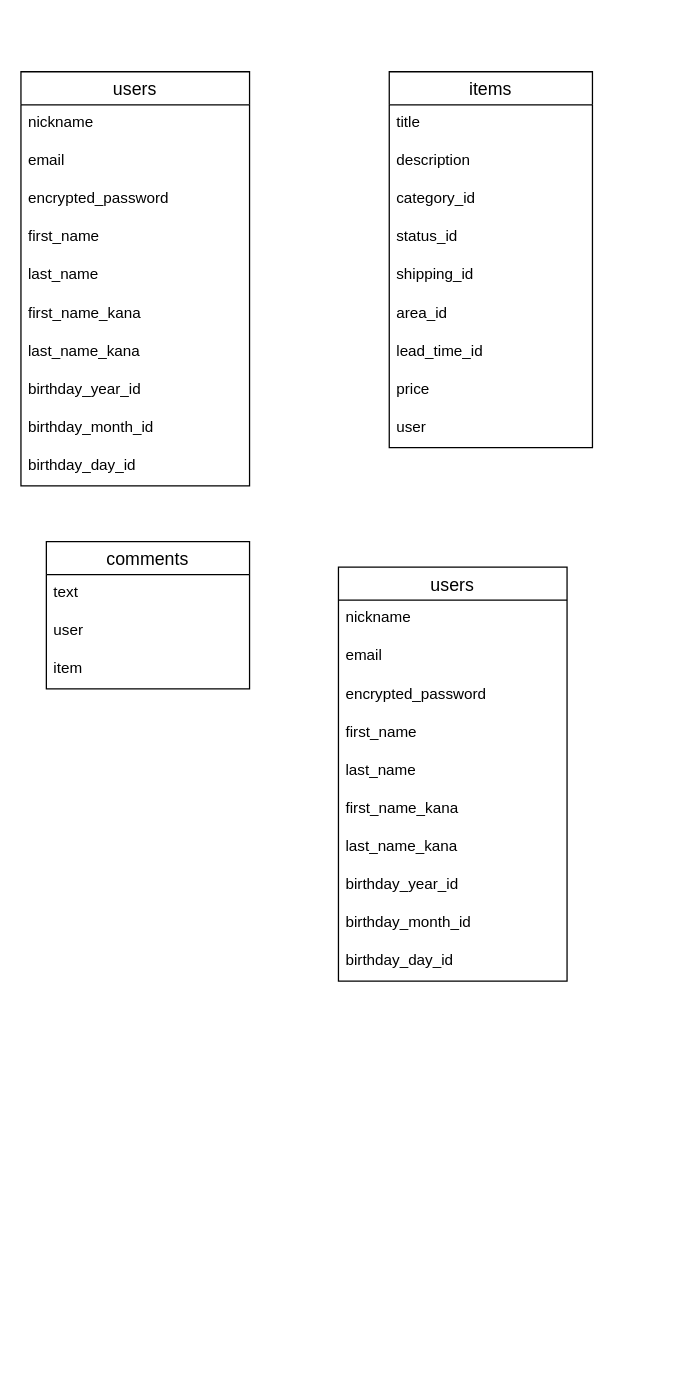
The draw.io diagram furima_ER.dio in KUniyukiOoyama/furima-34314, before the edit. Source tidied: cells renumbered, new cells numbered last; positions are measured from the earlier drawing's top-left corner, leaving out a move shared by most shapes. Both pictures are drawn from the tidied source at 127%, with x=0, y=0 at pixel (20, 71).
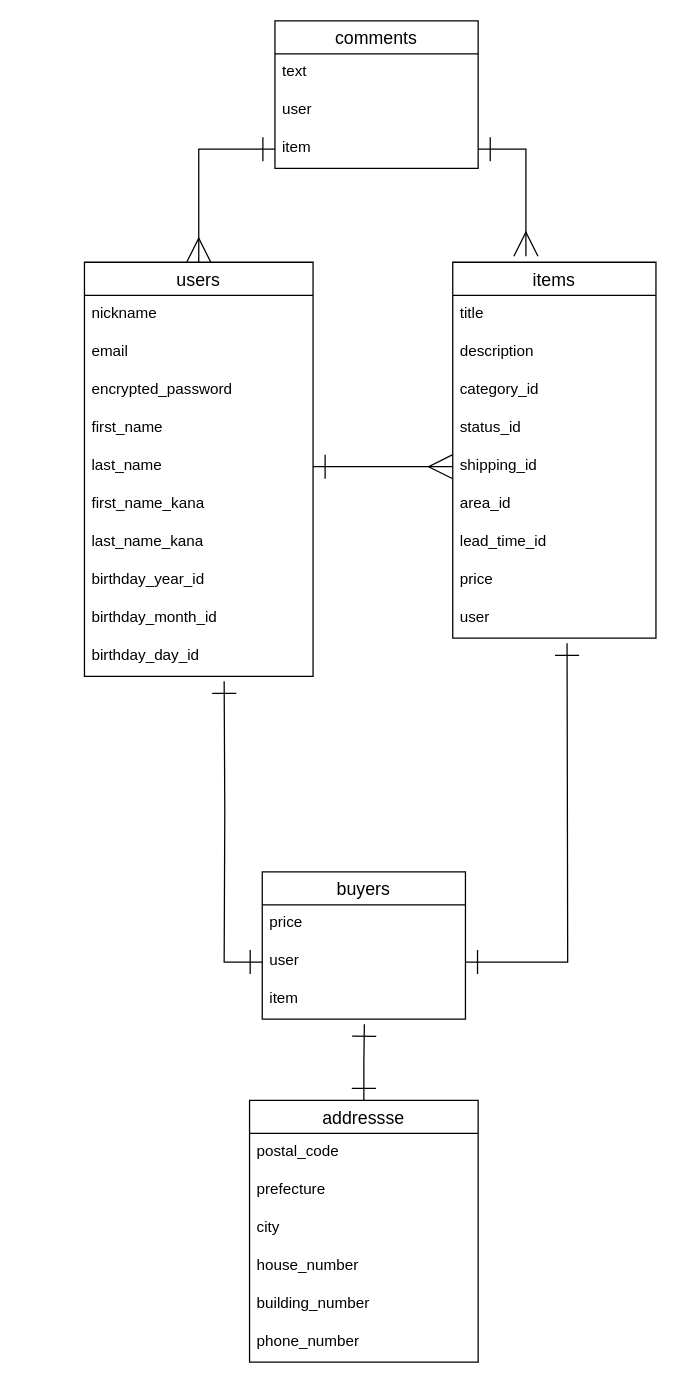
After the change.

Commit message (it also covers changes not shown here):
データベースの設計とER図修正(2回目)

Unchanged cells that the change refers to:
```xml
<mxCell id="7" value="last_name" style="text;strokeColor=none;fillColor=none;spacingLeft=4;spacingRight=4;overflow=hidden;points=[[0,0.5],[1,0.5]];portConstraint=eastwest;fontSize=12;" parent="2" vertex="1">
  <mxGeometry y="146" width="180" height="30" as="geometry" />
</mxCell>
<mxCell id="18" value="shipping_id" style="text;strokeColor=none;fillColor=none;spacingLeft=4;spacingRight=4;overflow=hidden;points=[[0,0.5],[1,0.5]];portConstraint=eastwest;fontSize=12;" parent="13" vertex="1">
  <mxGeometry y="146" width="160" height="30" as="geometry" />
</mxCell>
<mxCell id="25" value="user" style="text;strokeColor=none;fillColor=none;spacingLeft=4;spacingRight=4;overflow=hidden;points=[[0,0.5],[1,0.5]];portConstraint=eastwest;fontSize=12;" parent="23" vertex="1">
  <mxGeometry y="56" width="160" height="30" as="geometry" />
</mxCell>
```

Diff of the diagram source:
```diff
@@
     <mxCell id="2" value="users" style="swimlane;fontStyle=0;horizontal=1;startSize=26;align=center;fontSize=14;" parent="1" vertex="1">
-      <mxGeometry width="180" height="326" as="geometry" />
+      <mxGeometry x="50" y="150" width="180" height="326" as="geometry" />
     </mxCell>
@@
     <mxCell id="13" value="items" style="swimlane;fontStyle=0;horizontal=1;startSize=26;align=center;fontSize=14;" parent="1" vertex="1">
-      <mxGeometry x="290" width="160" height="296" as="geometry" />
+      <mxGeometry x="340" y="150" width="160" height="296" as="geometry" />
     </mxCell>
@@
-    <mxCell id="23" value="comments" style="swimlane;fontStyle=0;horizontal=1;startSize=26;align=center;fontSize=14;" parent="1" vertex="1">
-      <mxGeometry x="20" y="370" width="160" height="116" as="geometry" />
+    <mxCell id="23" value="buyers" style="swimlane;fontStyle=0;horizontal=1;startSize=26;align=center;fontSize=14;" parent="1" vertex="1">
+      <mxGeometry x="190" y="630" width="160" height="116" as="geometry" />
     </mxCell>
-    <mxCell id="24" value="text" style="text;strokeColor=none;fillColor=none;spacingLeft=4;spacingRight=4;overflow=hidden;fontSize=12;" parent="23" vertex="1">
+    <mxCell id="24" value="price" style="text;strokeColor=none;fillColor=none;spacingLeft=4;spacingRight=4;overflow=hidden;fontSize=12;" parent="23" vertex="1">
       <mxGeometry y="26" width="160" height="30" as="geometry" />
     </mxCell>
@@
+    <mxCell id="38" style="edgeStyle=orthogonalEdgeStyle;rounded=0;jettySize=auto;html=1;exitX=0.5;exitY=0;exitDx=0;exitDy=0;startArrow=ERone;startFill=0;startSize=17;endArrow=ERone;endFill=0;endSize=17;strokeWidth=1;" parent="1" edge="1" source="27">
+      <mxGeometry relative="1" as="geometry">
+        <mxPoint x="270.4" y="750" as="targetPoint" />
+      </mxGeometry>
+    </mxCell>
-    <mxCell id="27" value="users" style="swimlane;fontStyle=0;horizontal=1;startSize=26;align=center;fontSize=14;" parent="1" vertex="1">
-      <mxGeometry x="250" y="390" width="180" height="326" as="geometry" />
+    <mxCell id="27" value="addressse" style="swimlane;fontStyle=0;horizontal=1;startSize=26;align=center;fontSize=14;" parent="1" vertex="1">
+      <mxGeometry x="180" y="810" width="180" height="206" as="geometry" />
     </mxCell>
-    <mxCell id="28" value="nickname" style="text;strokeColor=none;fillColor=none;spacingLeft=4;spacingRight=4;overflow=hidden;fontSize=12;" parent="27" vertex="1">
+    <mxCell id="28" value="postal_code" style="text;strokeColor=none;fillColor=none;spacingLeft=4;spacingRight=4;overflow=hidden;fontSize=12;" parent="27" vertex="1">
       <mxGeometry y="26" width="180" height="30" as="geometry" />
     </mxCell>
-    <mxCell id="29" value="email" style="text;strokeColor=none;fillColor=none;spacingLeft=4;spacingRight=4;overflow=hidden;fontSize=12;" parent="27" vertex="1">
+    <mxCell id="29" value="prefecture" style="text;strokeColor=none;fillColor=none;spacingLeft=4;spacingRight=4;overflow=hidden;fontSize=12;" parent="27" vertex="1">
       <mxGeometry y="56" width="180" height="30" as="geometry" />
     </mxCell>
-    <mxCell id="30" value="encrypted_password&#10;" style="text;strokeColor=none;fillColor=none;spacingLeft=4;spacingRight=4;overflow=hidden;fontSize=12;" parent="27" vertex="1">
+    <mxCell id="30" value="city" style="text;strokeColor=none;fillColor=none;spacingLeft=4;spacingRight=4;overflow=hidden;fontSize=12;" parent="27" vertex="1">
       <mxGeometry y="86" width="180" height="30" as="geometry" />
     </mxCell>
-    <mxCell id="31" value="first_name" style="text;strokeColor=none;fillColor=none;spacingLeft=4;spacingRight=4;overflow=hidden;fontSize=12;" parent="27" vertex="1">
+    <mxCell id="31" value="house_number" style="text;strokeColor=none;fillColor=none;spacingLeft=4;spacingRight=4;overflow=hidden;fontSize=12;" parent="27" vertex="1">
       <mxGeometry y="116" width="180" height="30" as="geometry" />
     </mxCell>
-    <mxCell id="32" value="last_name" style="text;strokeColor=none;fillColor=none;spacingLeft=4;spacingRight=4;overflow=hidden;fontSize=12;" parent="27" vertex="1">
+    <mxCell id="32" value="building_number" style="text;strokeColor=none;fillColor=none;spacingLeft=4;spacingRight=4;overflow=hidden;fontSize=12;" parent="27" vertex="1">
       <mxGeometry y="146" width="180" height="30" as="geometry" />
     </mxCell>
-    <mxCell id="33" value="first_name_kana" style="text;strokeColor=none;fillColor=none;spacingLeft=4;spacingRight=4;overflow=hidden;fontSize=12;" parent="27" vertex="1">
+    <mxCell id="33" value="phone_number" style="text;strokeColor=none;fillColor=none;spacingLeft=4;spacingRight=4;overflow=hidden;fontSize=12;" parent="27" vertex="1">
       <mxGeometry y="176" width="180" height="30" as="geometry" />
     </mxCell>
-    <mxCell id="34" value="last_name_kana" style="text;strokeColor=none;fillColor=none;spacingLeft=4;spacingRight=4;overflow=hidden;fontSize=12;" parent="27" vertex="1">
-      <mxGeometry y="206" width="180" height="30" as="geometry" />
-    </mxCell>
-    <mxCell id="35" value="birthday_year_id" style="text;strokeColor=none;fillColor=none;spacingLeft=4;spacingRight=4;overflow=hidden;fontSize=12;" parent="27" vertex="1">
-      <mxGeometry y="236" width="180" height="30" as="geometry" />
-    </mxCell>
-    <mxCell id="36" value="birthday_month_id" style="text;strokeColor=none;fillColor=none;spacingLeft=4;spacingRight=4;overflow=hidden;fontSize=12;" parent="27" vertex="1">
-      <mxGeometry y="266" width="180" height="30" as="geometry" />
-    </mxCell>
-    <mxCell id="37" value="birthday_day_id" style="text;strokeColor=none;fillColor=none;spacingLeft=4;spacingRight=4;overflow=hidden;fontSize=12;" parent="27" vertex="1">
-      <mxGeometry y="296" width="180" height="30" as="geometry" />
-    </mxCell>
+    <mxCell id="39" style="edgeStyle=orthogonalEdgeStyle;rounded=0;jettySize=auto;html=1;exitX=1;exitY=0.5;exitDx=0;exitDy=0;entryX=0;entryY=0.5;entryDx=0;entryDy=0;startArrow=ERone;startFill=0;endArrow=ERmany;endFill=0;strokeWidth=1;endSize=17;startSize=17;" parent="1" edge="1" source="7" target="18">
+      <mxGeometry relative="1" as="geometry" />
+    </mxCell>
+    <mxCell id="40" style="edgeStyle=orthogonalEdgeStyle;rounded=0;jettySize=auto;html=1;startArrow=ERone;startFill=0;startSize=17;endArrow=ERone;endFill=0;endSize=17;strokeWidth=1;" parent="1" edge="1" target="25">
+      <mxGeometry relative="1" as="geometry">
+        <mxPoint x="160" y="480" as="sourcePoint" />
+      </mxGeometry>
+    </mxCell>
+    <mxCell id="41" style="edgeStyle=orthogonalEdgeStyle;rounded=0;jettySize=auto;html=1;entryX=1;entryY=0.5;entryDx=0;entryDy=0;startArrow=ERone;startFill=0;startSize=17;endArrow=ERone;endFill=0;endSize=17;strokeWidth=1;" parent="1" edge="1" target="25">
+      <mxGeometry relative="1" as="geometry">
+        <mxPoint x="430" y="450" as="sourcePoint" />
+      </mxGeometry>
+    </mxCell>
+    <mxCell id="42" value="comments" style="swimlane;fontStyle=0;horizontal=1;startSize=26;align=center;fontSize=14;" parent="1" vertex="1">
+      <mxGeometry x="200" y="-40" width="160" height="116" as="geometry" />
+    </mxCell>
+    <mxCell id="43" value="text" style="text;strokeColor=none;fillColor=none;spacingLeft=4;spacingRight=4;overflow=hidden;fontSize=12;" parent="42" vertex="1">
+      <mxGeometry y="26" width="160" height="30" as="geometry" />
+    </mxCell>
+    <mxCell id="44" value="user" style="text;strokeColor=none;fillColor=none;spacingLeft=4;spacingRight=4;overflow=hidden;fontSize=12;" parent="42" vertex="1">
+      <mxGeometry y="56" width="160" height="30" as="geometry" />
+    </mxCell>
+    <mxCell id="45" value="item" style="text;strokeColor=none;fillColor=none;spacingLeft=4;spacingRight=4;overflow=hidden;points=[[0,0.5],[1,0.5]];portConstraint=eastwest;fontSize=12;" parent="42" vertex="1">
+      <mxGeometry y="86" width="160" height="30" as="geometry" />
+    </mxCell>
+    <mxCell id="46" style="edgeStyle=orthogonalEdgeStyle;rounded=0;jettySize=auto;html=1;exitX=0;exitY=0.5;exitDx=0;exitDy=0;entryX=0.5;entryY=0;entryDx=0;entryDy=0;startArrow=ERone;startFill=0;startSize=17;endArrow=ERmany;endFill=0;endSize=17;strokeWidth=1;" parent="1" edge="1" source="45" target="2">
+      <mxGeometry relative="1" as="geometry" />
+    </mxCell>
+    <mxCell id="47" style="edgeStyle=orthogonalEdgeStyle;rounded=0;jettySize=auto;html=1;exitX=1;exitY=0.5;exitDx=0;exitDy=0;entryX=0.36;entryY=-0.016;entryDx=0;entryDy=0;entryPerimeter=0;startArrow=ERone;startFill=0;startSize=17;endArrow=ERmany;endFill=0;endSize=17;strokeWidth=1;" parent="1" edge="1" source="45" target="13">
+      <mxGeometry relative="1" as="geometry" />
+    </mxCell>
```
